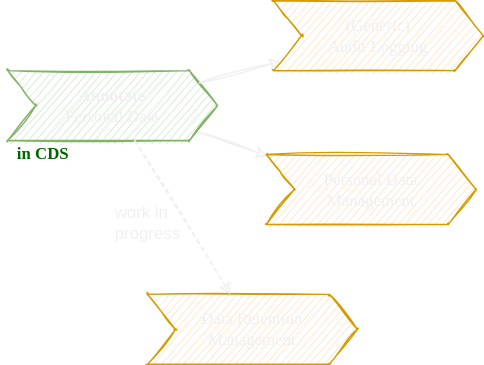
Above: guides/data-privacy/assets/Data-Privacy.drawio.svg in cap-js/docs (draw.io), before the change. Source tidied: cells renumbered, new cells last; positions are measured from the earlier drawing's top-left corner, leaving out a move shared by most shapes.
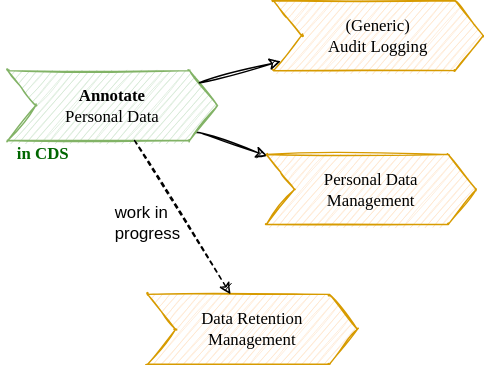
After the change.

The edit, as a diff of the source:
```diff
@@ -2,31 +2,31 @@
   <root>
     <mxCell id="0" />
     <mxCell id="1" parent="0" />
-    <mxCell id="2" style="jettySize=auto;html=1;sketch=1;curved=1;fontFamily=Chalkboard, &quot;Comic Sans MS&quot;;" parent="1" edge="1" source="3" target="5">
+    <mxCell id="2" style="jettySize=auto;html=1;sketch=1;curved=1;fontFamily=Chalkboard, &quot;Comic Sans MS&quot;;strokeColor=#000000;" parent="1" edge="1" source="3" target="5">
       <mxGeometry relative="1" as="geometry" />
     </mxCell>
-    <mxCell id="3" value="&lt;b&gt;Annotate &lt;/b&gt;&lt;br&gt;Personal Data" style="shape=step;perimeter=stepPerimeter;whiteSpace=wrap;html=1;fixedSize=1;sketch=1;fontFamily=Chalkboard, &quot;Comic Sans MS&quot;;rounded=1;arcSize=0;fillColor=#d5e8d4;strokeColor=#82b366;spacing=10;fontColor=#F0F0F0;" parent="1" vertex="1">
+    <mxCell id="3" value="&lt;b&gt;Annotate &lt;/b&gt;&lt;br&gt;Personal Data" style="shape=step;perimeter=stepPerimeter;whiteSpace=wrap;html=1;fixedSize=1;sketch=1;fontFamily=Chalkboard, &quot;Comic Sans MS&quot;;rounded=1;arcSize=0;fillColor=#d5e8d4;strokeColor=#82b366;spacing=10;fontColor=#000000;" parent="1" vertex="1">
       <mxGeometry x="5" y="50" width="150" height="50" as="geometry" />
     </mxCell>
-    <mxCell id="4" value="(Generic) &lt;br&gt;Audit Logging" style="shape=step;perimeter=stepPerimeter;whiteSpace=wrap;html=1;fixedSize=1;sketch=1;fontFamily=Chalkboard, &quot;Comic Sans MS&quot;;rounded=1;arcSize=0;fillColor=#ffe6cc;strokeColor=#d79b00;spacing=10;" parent="1" vertex="1">
+    <mxCell id="4" value="(Generic) &lt;br&gt;Audit Logging" style="shape=step;perimeter=stepPerimeter;whiteSpace=wrap;html=1;fixedSize=1;sketch=1;fontFamily=Chalkboard, &quot;Comic Sans MS&quot;;rounded=1;arcSize=0;fillColor=#ffe6cc;strokeColor=#d79b00;spacing=10;fontColor=#000000;" parent="1" vertex="1">
       <mxGeometry x="195" width="150" height="50" as="geometry" />
     </mxCell>
-    <mxCell id="5" value="Personal Data Management" style="shape=step;perimeter=stepPerimeter;whiteSpace=wrap;html=1;fixedSize=1;sketch=1;fontFamily=Chalkboard, &quot;Comic Sans MS&quot;;rounded=1;arcSize=0;fillColor=#ffe6cc;strokeColor=#d79b00;spacing=10;" parent="1" vertex="1">
+    <mxCell id="5" value="Personal Data Management" style="shape=step;perimeter=stepPerimeter;whiteSpace=wrap;html=1;fixedSize=1;sketch=1;fontFamily=Chalkboard, &quot;Comic Sans MS&quot;;rounded=1;arcSize=0;fillColor=#ffe6cc;strokeColor=#d79b00;spacing=10;fontColor=#000000;" parent="1" vertex="1">
       <mxGeometry x="190" y="110" width="150" height="50" as="geometry" />
     </mxCell>
-    <mxCell id="6" value="Data Retention Management" style="shape=step;perimeter=stepPerimeter;whiteSpace=wrap;html=1;fixedSize=1;sketch=1;fontFamily=Chalkboard, &quot;Comic Sans MS&quot;;rounded=1;arcSize=0;fillColor=#ffe6cc;strokeColor=#d79b00;spacing=10;" parent="1" vertex="1">
+    <mxCell id="6" value="Data Retention Management" style="shape=step;perimeter=stepPerimeter;whiteSpace=wrap;html=1;fixedSize=1;sketch=1;fontFamily=Chalkboard, &quot;Comic Sans MS&quot;;rounded=1;arcSize=0;fillColor=#ffe6cc;strokeColor=#d79b00;spacing=10;fontColor=#000000;" parent="1" vertex="1">
       <mxGeometry x="105" y="210" width="150" height="50" as="geometry" />
     </mxCell>
-    <mxCell id="7" style="jettySize=auto;html=1;sketch=1;curved=1;fontFamily=Chalkboard, &quot;Comic Sans MS&quot;;" parent="1" edge="1" source="3" target="4">
+    <mxCell id="7" style="jettySize=auto;html=1;sketch=1;curved=1;fontFamily=Chalkboard, &quot;Comic Sans MS&quot;;strokeColor=#000000;" parent="1" edge="1" source="3" target="4">
       <mxGeometry relative="1" as="geometry" />
     </mxCell>
-    <mxCell id="8" style="jettySize=auto;html=1;sketch=1;curved=1;fontFamily=Chalkboard, &quot;Comic Sans MS&quot;;dashed=1;" parent="1" edge="1" source="3" target="6">
+    <mxCell id="8" style="jettySize=auto;html=1;sketch=1;curved=1;fontFamily=Chalkboard, &quot;Comic Sans MS&quot;;dashed=1;strokeColor=#000000;" parent="1" edge="1" source="3" target="6">
       <mxGeometry relative="1" as="geometry" />
     </mxCell>
     <mxCell id="9" value="in CDS" style="text;html=1;align=center;verticalAlign=middle;strokeColor=none;fillColor=none;fontFamily=Chalkboard, &quot;Comic Sans MS&quot;;fontColor=#006600;fontStyle=1;" parent="1" vertex="1">
       <mxGeometry y="95" width="60" height="30" as="geometry" />
     </mxCell>
-    <mxCell id="10" value="work in progress" style="text;html=1;strokeColor=none;fillColor=none;align=left;verticalAlign=middle;whiteSpace=wrap;rounded=0;" parent="1" vertex="1">
+    <mxCell id="10" value="work in progress" style="text;html=1;strokeColor=none;fillColor=none;align=left;verticalAlign=middle;whiteSpace=wrap;rounded=0;fontColor=#000000;" parent="1" vertex="1">
       <mxGeometry x="80" y="144" width="60" height="30" as="geometry" />
     </mxCell>
   </root>
```
